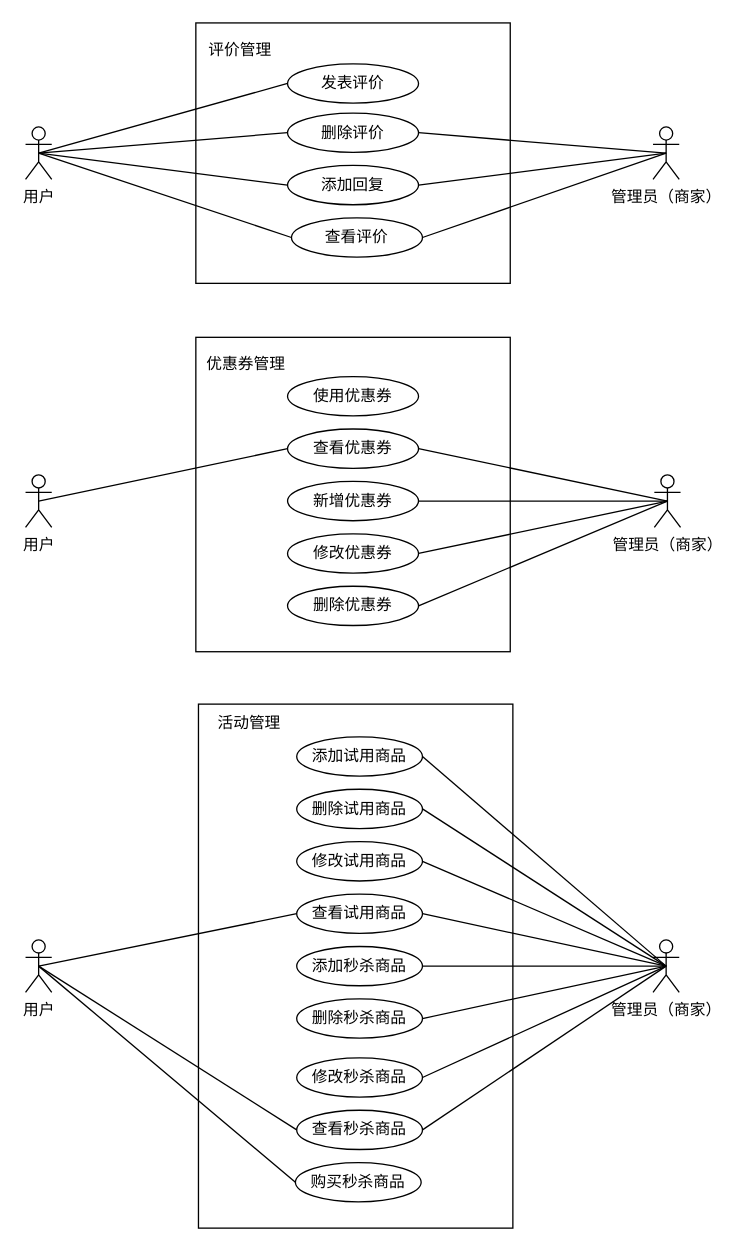
The draw.io diagram page "分开-2" (4 of 25) of Untitled Diagram.drawio in hongkingking/hkk, before the edit. Source tidied: cells renumbered, new cells numbered last; positions are measured from the earlier drawing's top-left corner, leaving out a move shared by most shapes. Both pictures are drawn from the tidied source at 131%, with x=0, y=0 at pixel (25, 22).
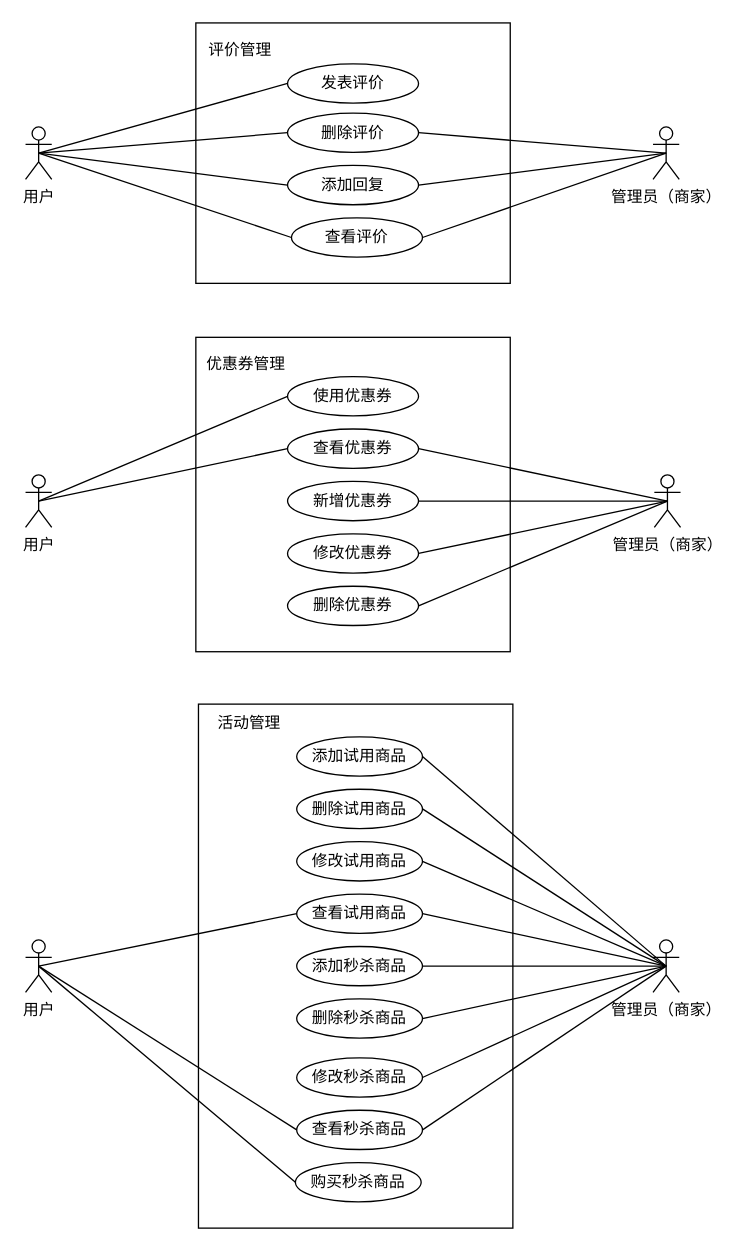
The same page after the edit.

Unchanged cells that the change refers to:
```xml
<mxCell id="23" value="用户" style="shape=umlActor;verticalLabelPosition=bottom;verticalAlign=top;html=1;" parent="1" vertex="1">
  <mxGeometry y="345" width="20" height="40" as="geometry" />
</mxCell>
<mxCell id="30" value="使用优惠券" style="ellipse;whiteSpace=wrap;html=1;" parent="1" vertex="1">
  <mxGeometry x="200" y="270" width="100" height="30" as="geometry" />
</mxCell>
```

Change to the diagram source:
```diff
@@
+    <mxCell id="55" style="endArrow=none;html=1;entryX=0;entryY=0.5;entryDx=0;entryDy=0;exitX=0.5;exitY=0.5;exitDx=0;exitDy=0;exitPerimeter=0;" parent="1" edge="1" source="23" target="30">
+      <mxGeometry relative="1" as="geometry" />
+    </mxCell>
```
